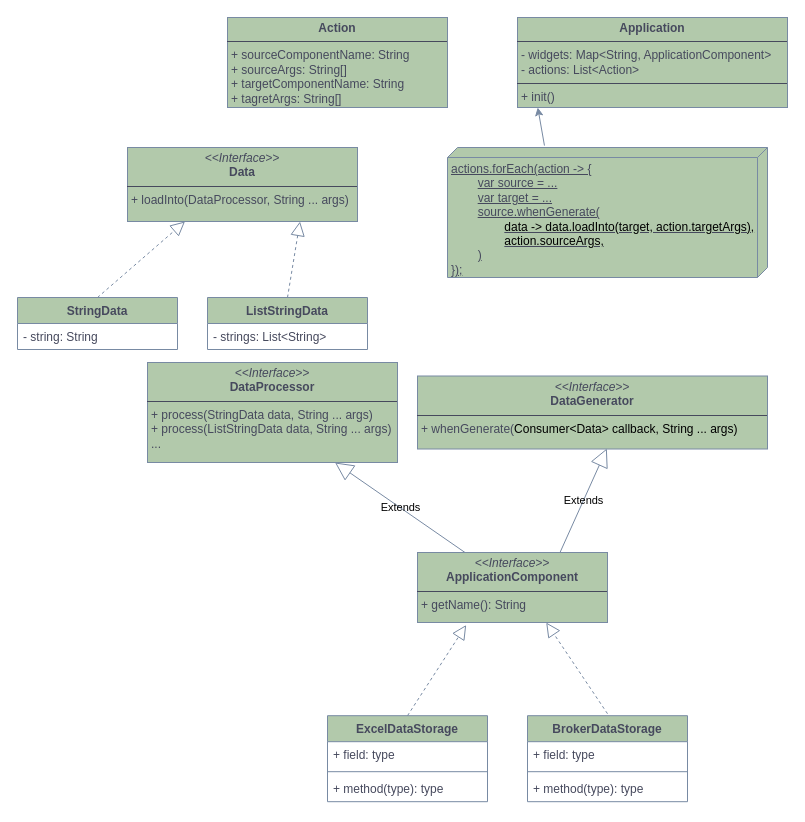
Before: docs/scheme abstract.drawio in AndriyKramar2288/home-dear-home, a draw.io diagram. Source tidied: cells renumbered, new cells numbered last; positions are measured from the earlier drawing's top-left corner, leaving out a move shared by most shapes. Both pictures are drawn from the tidied source at 100%, with x=0, y=0 at pixel (17, 17).
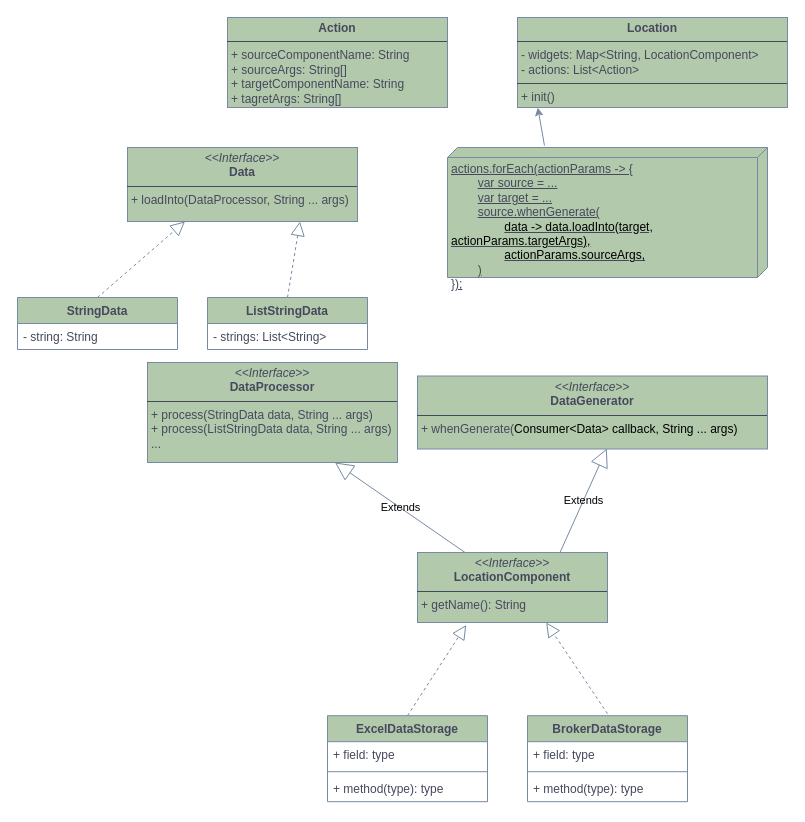
After the change.

The edit, as a diff of the source:
```diff
@@
-    <mxCell id="19" value="&lt;p style=&quot;margin:0px;margin-top:4px;text-align:center;&quot;&gt;&lt;b&gt;Application&lt;/b&gt;&lt;/p&gt;&lt;hr size=&quot;1&quot; style=&quot;border-style:solid;&quot;&gt;&lt;p style=&quot;margin:0px;margin-left:4px;&quot;&gt;- widgets: Map&amp;lt;String, ApplicationComponent&amp;gt;&lt;/p&gt;&lt;p style=&quot;margin:0px;margin-left:4px;&quot;&gt;- actions: List&amp;lt;Action&amp;gt;&lt;/p&gt;&lt;hr size=&quot;1&quot; style=&quot;border-style:solid;&quot;&gt;&lt;p style=&quot;margin:0px;margin-left:4px;&quot;&gt;+ init()&lt;/p&gt;" style="verticalAlign=top;align=left;overflow=fill;html=1;whiteSpace=wrap;labelBackgroundColor=none;fillColor=#B2C9AB;strokeColor=#788AA3;fontColor=#46495D;" parent="1" vertex="1">
+    <mxCell id="19" value="&lt;p style=&quot;margin:0px;margin-top:4px;text-align:center;&quot;&gt;&lt;b&gt;Location&lt;/b&gt;&lt;/p&gt;&lt;hr size=&quot;1&quot; style=&quot;border-style:solid;&quot;&gt;&lt;p style=&quot;margin:0px;margin-left:4px;&quot;&gt;- widgets: Map&amp;lt;String, LocationComponent&amp;gt;&lt;/p&gt;&lt;p style=&quot;margin:0px;margin-left:4px;&quot;&gt;- actions: List&amp;lt;Action&amp;gt;&lt;/p&gt;&lt;hr size=&quot;1&quot; style=&quot;border-style:solid;&quot;&gt;&lt;p style=&quot;margin:0px;margin-left:4px;&quot;&gt;+ init()&lt;/p&gt;" style="verticalAlign=top;align=left;overflow=fill;html=1;whiteSpace=wrap;labelBackgroundColor=none;fillColor=#B2C9AB;strokeColor=#788AA3;fontColor=#46495D;" parent="1" vertex="1">
       <mxGeometry x="500" width="270" height="90" as="geometry" />
     </mxCell>
@@
-    <mxCell id="22" value="&lt;p style=&quot;margin:0px;margin-top:4px;text-align:center;&quot;&gt;&lt;i&gt;&amp;lt;&amp;lt;Interface&amp;gt;&amp;gt;&lt;/i&gt;&lt;br&gt;&lt;b&gt;ApplicationComponent&lt;/b&gt;&lt;/p&gt;&lt;hr size=&quot;1&quot; style=&quot;border-style:solid;&quot;&gt;&lt;p style=&quot;margin:0px;margin-left:4px;&quot;&gt;+ getName(): String&lt;/p&gt;" style="verticalAlign=top;align=left;overflow=fill;html=1;whiteSpace=wrap;labelBackgroundColor=none;fillColor=#B2C9AB;strokeColor=#788AA3;fontColor=#46495D;" parent="1" vertex="1">
+    <mxCell id="22" value="&lt;p style=&quot;margin:0px;margin-top:4px;text-align:center;&quot;&gt;&lt;i&gt;&amp;lt;&amp;lt;Interface&amp;gt;&amp;gt;&lt;/i&gt;&lt;br&gt;&lt;b&gt;LocationComponent&lt;/b&gt;&lt;/p&gt;&lt;hr size=&quot;1&quot; style=&quot;border-style:solid;&quot;&gt;&lt;p style=&quot;margin:0px;margin-left:4px;&quot;&gt;+ getName(): String&lt;/p&gt;" style="verticalAlign=top;align=left;overflow=fill;html=1;whiteSpace=wrap;labelBackgroundColor=none;fillColor=#B2C9AB;strokeColor=#788AA3;fontColor=#46495D;" parent="1" vertex="1">
       <mxGeometry x="400" y="535" width="190" height="70" as="geometry" />
     </mxCell>
@@
-    <mxCell id="26" value="actions.forEach(action -&amp;gt; {&lt;div&gt;&lt;span style=&quot;white-space: pre;&quot;&gt;&#9;&lt;/span&gt;var source = ...&lt;br&gt;&lt;/div&gt;&lt;div&gt;&lt;span style=&quot;white-space: pre;&quot;&gt;&#9;&lt;/span&gt;var target = ...&lt;br&gt;&lt;/div&gt;&lt;div&gt;&lt;span style=&quot;white-space: pre;&quot;&gt;&#9;&lt;/span&gt;source.whenGenerate(&lt;/div&gt;&lt;div&gt;&lt;span style=&quot;white-space: pre;&quot;&gt;&#9;&lt;/span&gt;&lt;span style=&quot;white-space: pre;&quot;&gt;&#9;&lt;/span&gt;&lt;span style=&quot;background-color: transparent; color: light-dark(rgb(0, 0, 0), rgb(255, 255, 255));&quot;&gt;data -&amp;gt; data.loadInto(target, action.targetArgs),&lt;/span&gt;&lt;/div&gt;&lt;div&gt;&lt;span style=&quot;background-color: transparent; color: light-dark(rgb(0, 0, 0), rgb(255, 255, 255));&quot;&gt;&lt;span style=&quot;white-space: pre;&quot;&gt;&#9;&lt;/span&gt;&lt;span style=&quot;white-space: pre;&quot;&gt;&#9;&lt;/span&gt;action.sourceArgs,&lt;/span&gt;&lt;/div&gt;&lt;div&gt;&lt;span style=&quot;white-space: pre;&quot;&gt;&#9;&lt;/span&gt;)&lt;br&gt;&lt;/div&gt;&lt;div&gt;});&lt;/div&gt;" style="verticalAlign=top;align=left;spacingTop=8;spacingLeft=2;spacingRight=12;shape=cube;size=10;direction=south;fontStyle=4;html=1;whiteSpace=wrap;labelBackgroundColor=none;fillColor=#B2C9AB;strokeColor=#788AA3;fontColor=#46495D;" parent="1" vertex="1">
+    <mxCell id="26" value="actions.forEach(actionParams -&amp;gt; {&lt;div&gt;&lt;span style=&quot;white-space: pre;&quot;&gt;&#9;&lt;/span&gt;var source = ...&lt;br&gt;&lt;/div&gt;&lt;div&gt;&lt;span style=&quot;white-space: pre;&quot;&gt;&#9;&lt;/span&gt;var target = ...&lt;br&gt;&lt;/div&gt;&lt;div&gt;&lt;span style=&quot;white-space: pre;&quot;&gt;&#9;&lt;/span&gt;source.whenGenerate(&lt;/div&gt;&lt;div&gt;&lt;span style=&quot;white-space: pre;&quot;&gt;&#9;&lt;/span&gt;&lt;span style=&quot;white-space: pre;&quot;&gt;&#9;&lt;/span&gt;&lt;span style=&quot;background-color: transparent; color: light-dark(rgb(0, 0, 0), rgb(255, 255, 255));&quot;&gt;data -&amp;gt; data.loadInto(target, actionParams.targetArgs),&lt;/span&gt;&lt;/div&gt;&lt;div&gt;&lt;span style=&quot;background-color: transparent; color: light-dark(rgb(0, 0, 0), rgb(255, 255, 255));&quot;&gt;&lt;span style=&quot;white-space: pre;&quot;&gt;&#9;&lt;/span&gt;&lt;span style=&quot;white-space: pre;&quot;&gt;&#9;&lt;/span&gt;actionParams.sourceArgs,&lt;/span&gt;&lt;/div&gt;&lt;div&gt;&lt;span style=&quot;white-space: pre;&quot;&gt;&#9;&lt;/span&gt;)&lt;br&gt;&lt;/div&gt;&lt;div&gt;});&lt;/div&gt;" style="verticalAlign=top;align=left;spacingTop=8;spacingLeft=2;spacingRight=12;shape=cube;size=10;direction=south;fontStyle=4;html=1;whiteSpace=wrap;labelBackgroundColor=none;fillColor=#B2C9AB;strokeColor=#788AA3;fontColor=#46495D;" parent="1" vertex="1">
       <mxGeometry x="430" y="130" width="320" height="130" as="geometry" />
     </mxCell>
```
